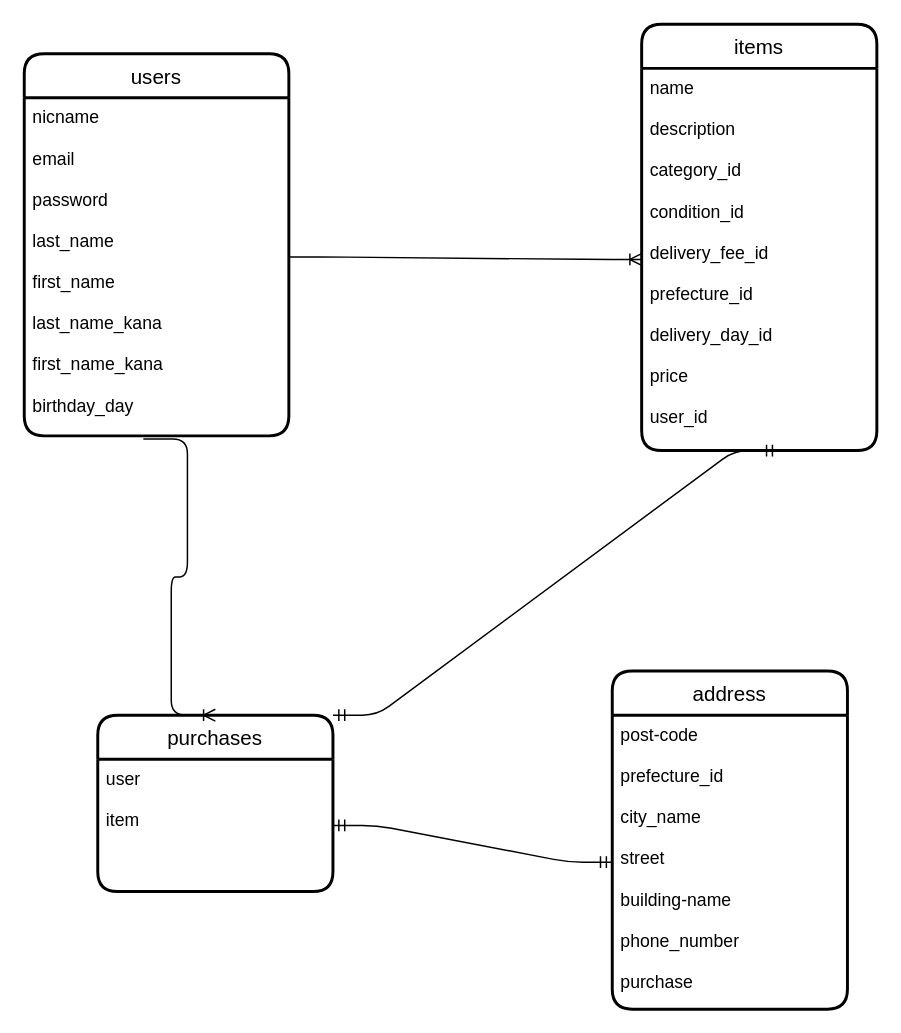
The draw.io diagram furima.dio in Hatabo-chan1328/furima-34724, before the edit. Source tidied: cells renumbered, new cells numbered last; positions are measured from the earlier drawing's top-left corner, leaving out a move shared by most shapes. Both pictures are drawn from the tidied source at 147%, with x=0, y=0 at pixel (24, 24).
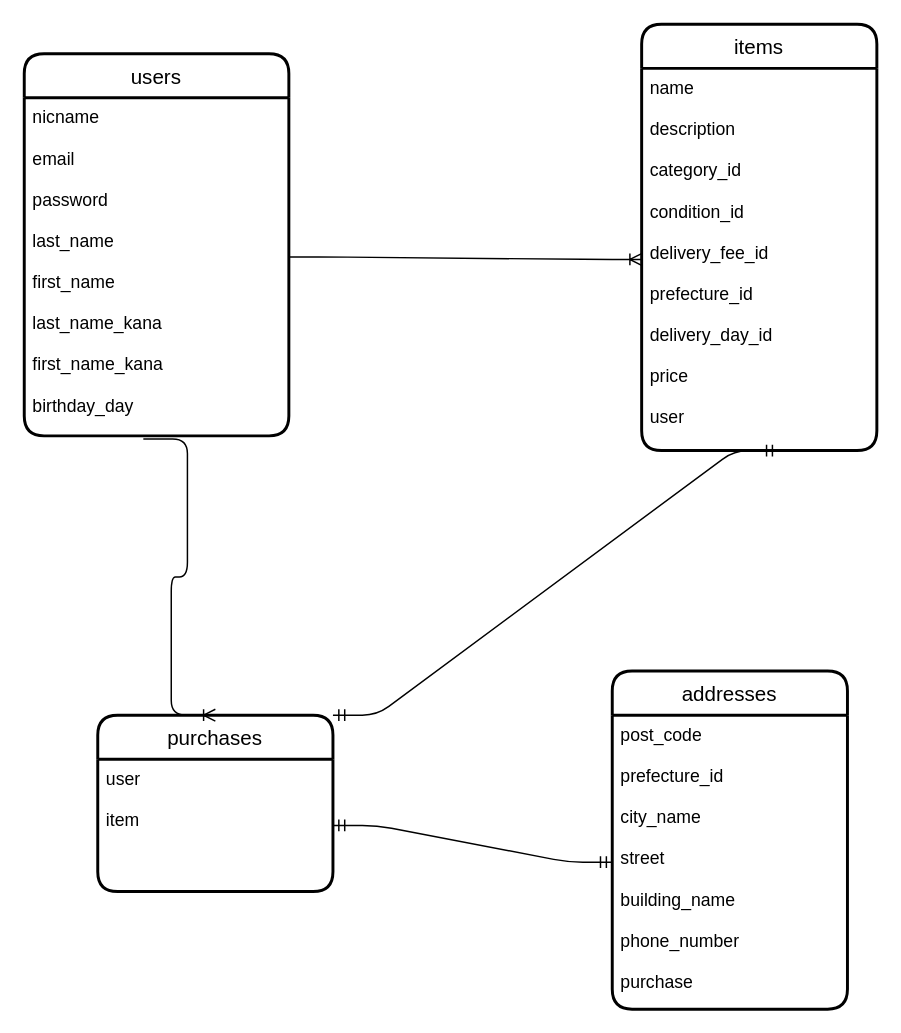
The same diagram, later.

Diff of the diagram source:
```diff
@@
 <mxGraphModel>
   <root>
     <mxCell id="0" />
     <mxCell id="1" parent="0" />
     <mxCell id="2" value="users" style="swimlane;horizontal=1;startSize=30;rounded=1;fontSize=14;fontStyle=0;strokeWidth=2;shadow=0;dashed=0;align=center;" parent="1" vertex="1">
       <mxGeometry y="20" width="180" height="260" as="geometry" />
     </mxCell>
     <mxCell id="3" value="nicname&#10;&#10;email&#10;&#10;password&#10;&#10;last_name&#10;&#10;first_name&#10;&#10;last_name_kana&#10;&#10;first_name_kana&#10;&#10;birthday_day" style="align=left;strokeColor=none;fillColor=none;spacingLeft=4;fontSize=12;verticalAlign=top;" parent="2" vertex="1">
       <mxGeometry y="30" width="180" height="230" as="geometry" />
     </mxCell>
     <mxCell id="4" value="items" style="swimlane;horizontal=1;startSize=30;rounded=1;fontSize=14;fontStyle=0;strokeWidth=2;shadow=0;dashed=0;align=center;" parent="1" vertex="1">
       <mxGeometry x="420" width="160" height="290" as="geometry" />
     </mxCell>
-    <mxCell id="5" value="name&#10;&#10;description&#10;&#10;category_id&#10;&#10;condition_id&#10;&#10;delivery_fee_id&#10;&#10;prefecture_id&#10;&#10;delivery_day_id&#10;&#10;price&#10;&#10;user_id" style="align=left;strokeColor=none;fillColor=none;spacingLeft=4;fontSize=12;verticalAlign=top;" parent="4" vertex="1">
+    <mxCell id="5" value="name&#10;&#10;description&#10;&#10;category_id&#10;&#10;condition_id&#10;&#10;delivery_fee_id&#10;&#10;prefecture_id&#10;&#10;delivery_day_id&#10;&#10;price&#10;&#10;user" style="align=left;strokeColor=none;fillColor=none;spacingLeft=4;fontSize=12;verticalAlign=top;" parent="4" vertex="1">
       <mxGeometry y="30" width="160" height="260" as="geometry" />
     </mxCell>
     <mxCell id="6" style="edgeStyle=entityRelationEdgeStyle;fontSize=12;html=1;endArrow=ERoneToMany;entryX=0;entryY=0.5;entryDx=0;entryDy=0;exitX=1;exitY=0.471;exitDx=0;exitDy=0;exitPerimeter=0;" parent="1" edge="1" source="3" target="5">
       <mxGeometry relative="1" as="geometry" />
     </mxCell>
-    <mxCell id="7" value="address" style="swimlane;horizontal=1;startSize=30;rounded=1;fontSize=14;fontStyle=0;strokeWidth=2;shadow=0;dashed=0;align=center;" parent="1" vertex="1">
+    <mxCell id="7" value="addresses" style="swimlane;horizontal=1;startSize=30;rounded=1;fontSize=14;fontStyle=0;strokeWidth=2;shadow=0;dashed=0;align=center;" parent="1" vertex="1">
       <mxGeometry x="400" y="440" width="160" height="230" as="geometry" />
     </mxCell>
-    <mxCell id="8" value="post-code&#10;&#10;prefecture_id&#10;&#10;city_name&#10;&#10;street&#10;&#10;building-name&#10;&#10;phone_number&#10;&#10;purchase" style="align=left;strokeColor=none;fillColor=none;spacingLeft=4;fontSize=12;verticalAlign=top;" parent="7" vertex="1">
+    <mxCell id="8" value="post_code&#10;&#10;prefecture_id&#10;&#10;city_name&#10;&#10;street&#10;&#10;building_name&#10;&#10;phone_number&#10;&#10;purchase" style="align=left;strokeColor=none;fillColor=none;spacingLeft=4;fontSize=12;verticalAlign=top;" parent="7" vertex="1">
       <mxGeometry y="30" width="160" height="200" as="geometry" />
     </mxCell>
     <mxCell id="9" value="purchases" style="swimlane;horizontal=1;startSize=30;rounded=1;fontSize=14;fontStyle=0;strokeWidth=2;shadow=0;dashed=0;align=center;" parent="1" vertex="1">
       <mxGeometry x="50" y="470" width="160" height="120" as="geometry" />
     </mxCell>
     <mxCell id="10" value="user&#10;&#10;item" style="align=left;strokeColor=none;fillColor=none;spacingLeft=4;fontSize=12;verticalAlign=top;" parent="9" vertex="1">
       <mxGeometry y="30" width="160" height="90" as="geometry" />
     </mxCell>
     <mxCell id="11" style="edgeStyle=entityRelationEdgeStyle;fontSize=12;html=1;endArrow=ERoneToMany;exitX=0.45;exitY=1.009;exitDx=0;exitDy=0;exitPerimeter=0;entryX=0.5;entryY=0;entryDx=0;entryDy=0;" parent="1" edge="1" source="3" target="9">
       <mxGeometry relative="1" as="geometry" />
     </mxCell>
     <mxCell id="12" style="edgeStyle=entityRelationEdgeStyle;fontSize=12;html=1;endArrow=ERmandOne;startArrow=ERmandOne;entryX=0.581;entryY=1;entryDx=0;entryDy=0;entryPerimeter=0;exitX=1;exitY=0;exitDx=0;exitDy=0;" parent="1" edge="1" source="9" target="5">
       <mxGeometry relative="1" as="geometry" />
     </mxCell>
     <mxCell id="13" style="edgeStyle=entityRelationEdgeStyle;fontSize=12;html=1;endArrow=ERmandOne;startArrow=ERmandOne;entryX=0;entryY=0.5;entryDx=0;entryDy=0;exitX=1;exitY=0.5;exitDx=0;exitDy=0;" parent="1" edge="1" source="10" target="8">
       <mxGeometry relative="1" as="geometry" />
     </mxCell>
   </root>
 </mxGraphModel>
```
